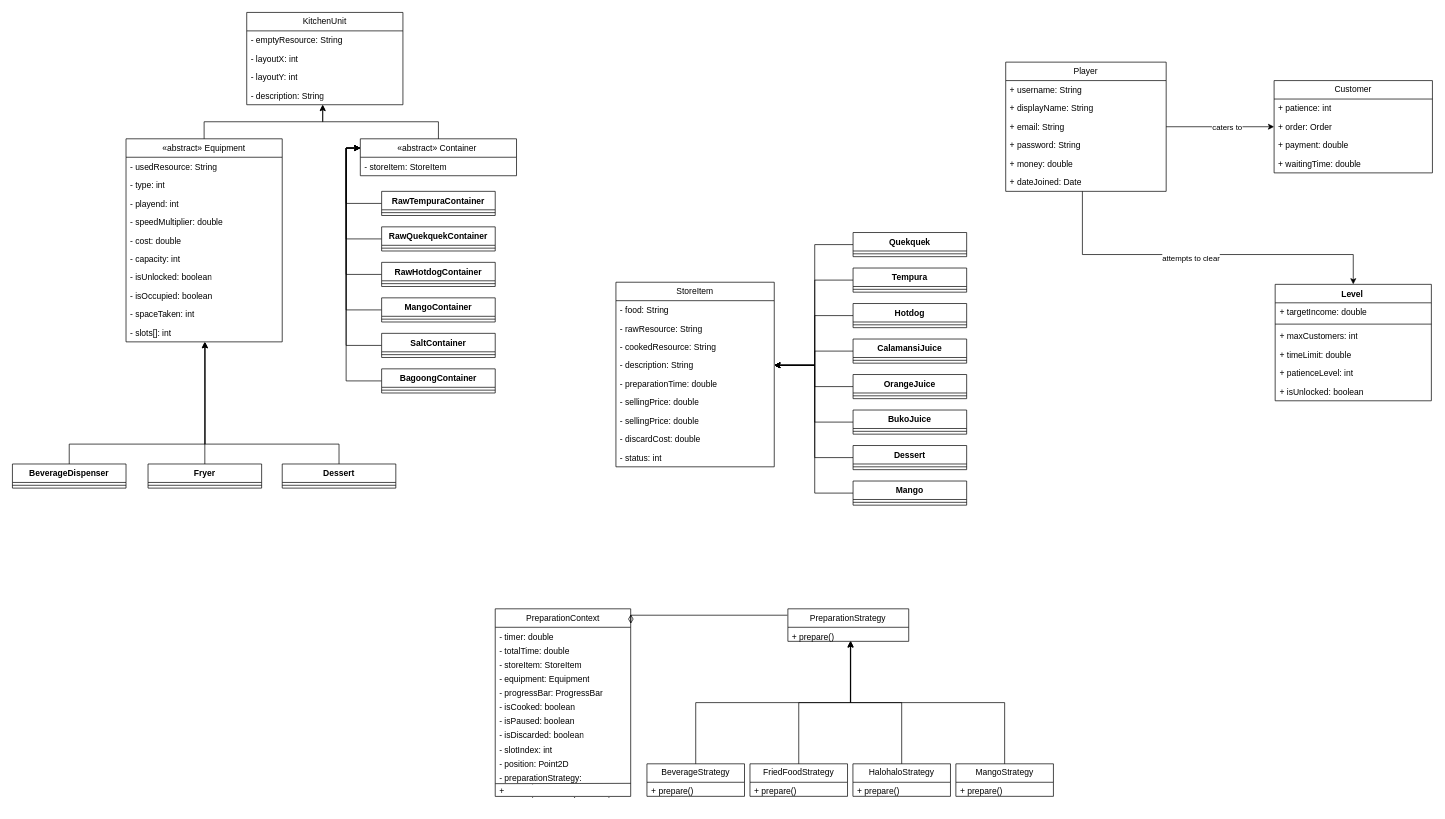
Above: CookingIna_ClassDiagram.drawio in ero-s/Cooking-Ina-Ang-Sarap- (draw.io), before the change. Source tidied: cells renumbered, new cells numbered last; positions are measured from the earlier drawing's top-left corner, leaving out a move shared by most shapes. Both pictures are drawn from the tidied source at 71%, with x=0, y=0 at pixel (12, 12).
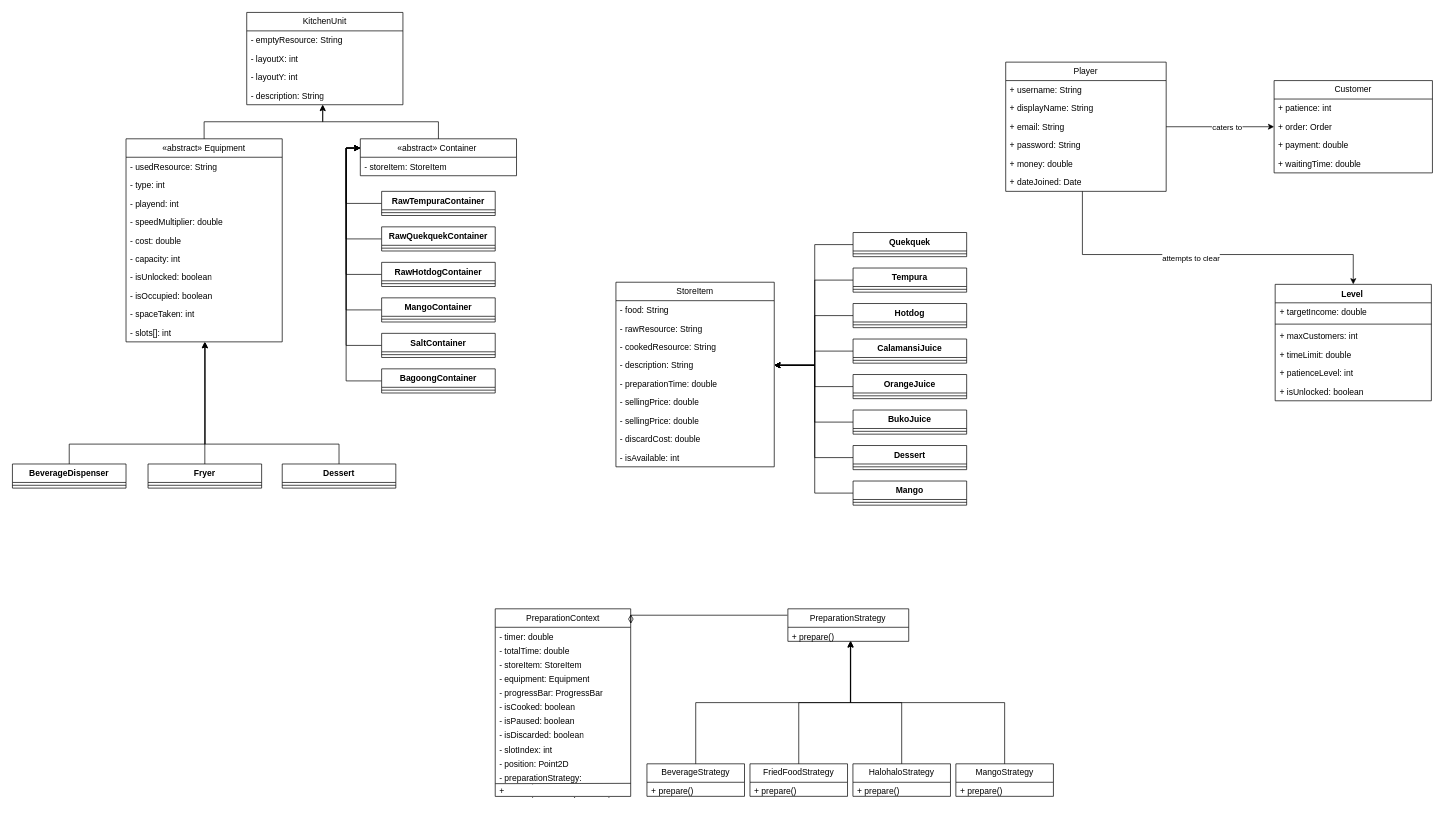
After the change.

Unchanged cells that the change refers to:
```xml
<mxCell id="72" value="StoreItem" style="swimlane;fontStyle=0;horizontal=1;startSize=26;fillColor=none;whiteSpace=wrap;html=1;" parent="1" vertex="1">
  <mxGeometry x="850" y="380" width="223" height="260" as="geometry" />
</mxCell>
```

Change to the diagram source:
```diff
@@
-    <mxCell id="81" value="- status: int" style="text;strokeColor=none;fillColor=none;align=left;verticalAlign=top;spacingLeft=4;spacingRight=4;overflow=hidden;whiteSpace=wrap;html=1;" parent="72" vertex="1">
+    <mxCell id="81" value="- isAvailable: int" style="text;strokeColor=none;fillColor=none;align=left;verticalAlign=top;spacingLeft=4;spacingRight=4;overflow=hidden;whiteSpace=wrap;html=1;" parent="72" vertex="1">
       <mxGeometry y="234" width="223" height="26" as="geometry" />
     </mxCell>
```
